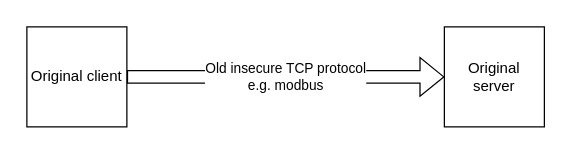
LorenzoRompianesi/mqttTunnelTcp keeps this draw.io diagram as doc/mqttTunnelTcp.drawio. Above is the earlier version. Source tidied: cells renumbered, new cells numbered last; positions are measured from the earlier drawing's top-left corner, leaving out a move shared by most shapes. Both pictures are drawn from the tidied source at 125%, with x=0, y=0 at pixel (26, 26).
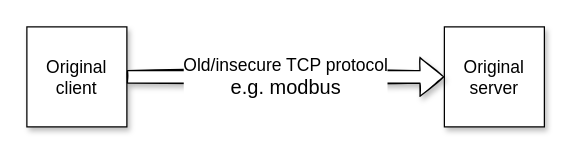
The same page after the edit.

What changed in the source:
```diff
@@
 <mxGraphModel>
   <root>
     <mxCell id="0" />
     <mxCell id="1" parent="0" />
-    <mxCell id="2" value="&lt;div&gt;Original client&lt;/div&gt;" style="whiteSpace=wrap;html=1;" parent="1" vertex="1">
+    <mxCell id="2" value="&lt;div&gt;&lt;font style=&quot;font-size: 14px&quot;&gt;Original client&lt;/font&gt;&lt;/div&gt;" style="whiteSpace=wrap;html=1;shadow=1;" parent="1" vertex="1">
       <mxGeometry width="80" height="80" as="geometry" />
     </mxCell>
-    <mxCell id="3" value="Original server" style="whiteSpace=wrap;html=1;" parent="1" vertex="1">
+    <mxCell id="3" value="&lt;font style=&quot;font-size: 14px&quot;&gt;Original server&lt;/font&gt;" style="whiteSpace=wrap;html=1;glass=0;shadow=1;rounded=0;" parent="1" vertex="1">
       <mxGeometry x="334" width="80" height="80" as="geometry" />
     </mxCell>
-    <mxCell id="4" value="&lt;div&gt;Old insecure TCP protocol&lt;/div&gt;&lt;div&gt;e.g. modbus&lt;/div&gt;" style="endArrow=classic;html=1;rounded=0;shape=flexArrow;exitX=1;exitY=0.5;exitDx=0;exitDy=0;entryX=0;entryY=0.5;entryDx=0;entryDy=0;" parent="1" edge="1" source="2" target="3">
+    <mxCell id="4" value="&lt;div&gt;&lt;font style=&quot;font-size: 14px&quot;&gt;Old/insecure TCP protocol&lt;/font&gt;&lt;/div&gt;&lt;div&gt;&lt;font size=&quot;3&quot;&gt;e.g. modbus&lt;/font&gt;&lt;/div&gt;" style="endArrow=classic;html=1;rounded=0;shape=flexArrow;exitX=1;exitY=0.5;exitDx=0;exitDy=0;entryX=0;entryY=0.5;entryDx=0;entryDy=0;fillColor=#FFFFFF;shadow=1;sketch=1;" parent="1" edge="1" source="2" target="3">
       <mxGeometry relative="1" as="geometry" />
     </mxCell>
   </root>
 </mxGraphModel>
```
